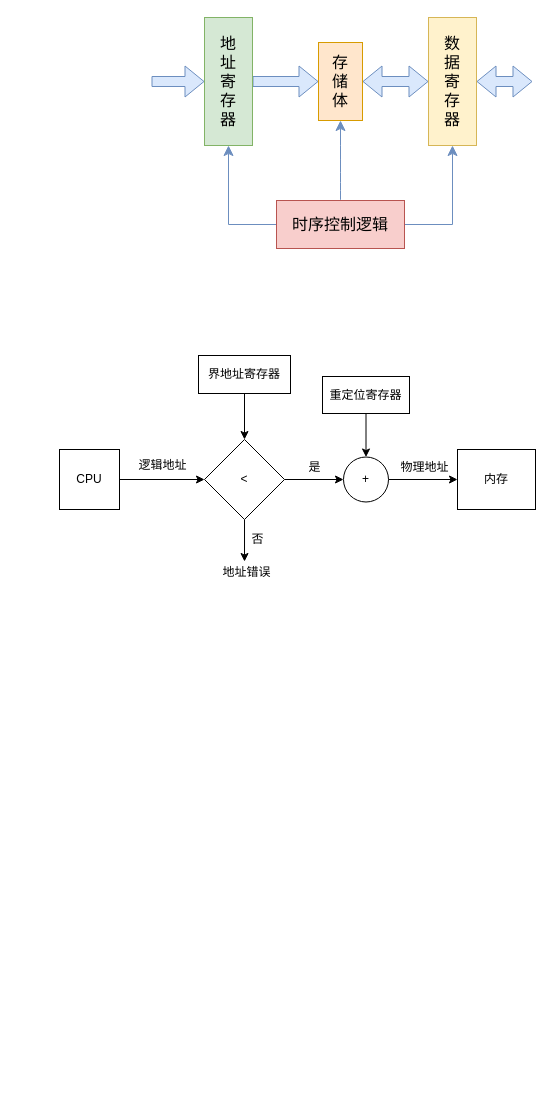
Before: Untitled Diagram.drawio in pengbin2367/draw.io, a draw.io diagram. Source tidied: cells renumbered, new cells numbered last; positions are measured from the earlier drawing's top-left corner, leaving out a move shared by most shapes. Both pictures are drawn from the tidied source at 100%, with x=0, y=0 at pixel (59, 17).
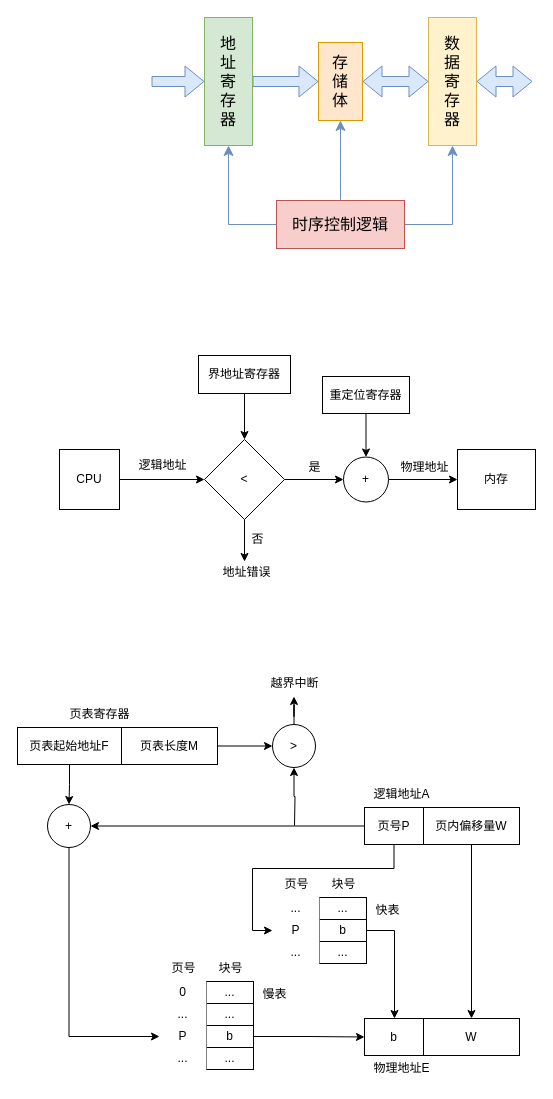
The same page after the edit.

What changed in the source:
```diff
@@
+    <mxCell id="30" style="edgeStyle=orthogonalEdgeStyle;rounded=0;jettySize=auto;html=1;entryX=1;entryY=0.5;entryDx=0;entryDy=0;" parent="1" edge="1" source="32" target="53">
+      <mxGeometry relative="1" as="geometry" />
+    </mxCell>
+    <mxCell id="31" style="edgeStyle=orthogonalEdgeStyle;rounded=0;jettySize=auto;html=1;entryX=0;entryY=0.5;entryDx=0;entryDy=0;startArrow=none;startFill=0;endArrow=classic;endFill=1;" parent="1" edge="1" source="32" target="69">
+      <mxGeometry relative="1" as="geometry">
+        <Array as="points">
+          <mxPoint x="335" y="851" />
+          <mxPoint x="193" y="851" />
+          <mxPoint x="193" y="913" />
+        </Array>
+      </mxGeometry>
+    </mxCell>
+    <mxCell id="32" value="页号P" style="rounded=0;whiteSpace=wrap;html=1;" parent="1" vertex="1">
+      <mxGeometry x="305" y="790" width="59" height="37" as="geometry" />
+    </mxCell>
+    <mxCell id="33" style="edgeStyle=orthogonalEdgeStyle;rounded=0;jettySize=auto;html=1;" parent="1" edge="1" source="34" target="37">
+      <mxGeometry relative="1" as="geometry" />
+    </mxCell>
+    <mxCell id="34" value="页内偏移量W" style="rounded=0;whiteSpace=wrap;html=1;" parent="1" vertex="1">
+      <mxGeometry x="364" y="790" width="96" height="37" as="geometry" />
+    </mxCell>
+    <mxCell id="35" value="逻辑地址A" style="text;html=1;align=center;verticalAlign=middle;strokeColor=none;fillColor=none;" parent="1" vertex="1">
+      <mxGeometry x="305" y="764" width="74" height="26" as="geometry" />
+    </mxCell>
+    <mxCell id="36" value="b" style="rounded=0;whiteSpace=wrap;html=1;" parent="1" vertex="1">
+      <mxGeometry x="305" y="1001" width="59" height="37" as="geometry" />
+    </mxCell>
+    <mxCell id="37" value="W" style="rounded=0;whiteSpace=wrap;html=1;" parent="1" vertex="1">
+      <mxGeometry x="364" y="1001" width="96" height="37" as="geometry" />
+    </mxCell>
+    <mxCell id="38" value="物理地址E" style="text;html=1;align=center;verticalAlign=middle;strokeColor=none;fillColor=none;" parent="1" vertex="1">
+      <mxGeometry x="305" y="1038" width="74" height="26" as="geometry" />
+    </mxCell>
+    <mxCell id="39" style="group;" parent="1" vertex="1">
+      <mxGeometry x="100" y="938" width="136" height="114" as="geometry" />
+    </mxCell>
+    <mxCell id="40" value="..." style="whiteSpace=wrap;html=1;" parent="39" vertex="1">
+      <mxGeometry x="47" y="26" width="47" height="22" as="geometry" />
+    </mxCell>
+    <mxCell id="41" value="..." style="whiteSpace=wrap;html=1;" parent="39" vertex="1">
+      <mxGeometry x="47" y="48" width="47" height="22" as="geometry" />
+    </mxCell>
+    <mxCell id="42" value="b&lt;br&gt;" style="whiteSpace=wrap;html=1;" parent="39" vertex="1">
+      <mxGeometry x="47" y="70" width="47" height="22" as="geometry" />
+    </mxCell>
+    <mxCell id="43" value="..." style="whiteSpace=wrap;html=1;" parent="39" vertex="1">
+      <mxGeometry x="47" y="92" width="47" height="22" as="geometry" />
+    </mxCell>
+    <mxCell id="44" value="0" style="whiteSpace=wrap;html=1;fillColor=default;strokeColor=none;" parent="39" vertex="1">
+      <mxGeometry y="26" width="47" height="22" as="geometry" />
+    </mxCell>
+    <mxCell id="45" value="..." style="whiteSpace=wrap;html=1;fillColor=default;strokeColor=none;" parent="39" vertex="1">
+      <mxGeometry y="48" width="47" height="22" as="geometry" />
+    </mxCell>
+    <mxCell id="46" value="P&lt;br&gt;" style="whiteSpace=wrap;html=1;fillColor=default;strokeColor=none;" parent="39" vertex="1">
+      <mxGeometry y="70" width="47" height="22" as="geometry" />
+    </mxCell>
+    <mxCell id="47" value="..." style="whiteSpace=wrap;html=1;fillColor=default;strokeColor=none;" parent="39" vertex="1">
+      <mxGeometry y="92" width="47" height="22" as="geometry" />
+    </mxCell>
+    <mxCell id="48" value="页号" style="text;html=1;align=center;verticalAlign=middle;strokeColor=none;fillColor=none;" parent="39" vertex="1">
+      <mxGeometry x="2.5" width="42" height="26" as="geometry" />
+    </mxCell>
+    <mxCell id="49" value="块号" style="text;html=1;align=center;verticalAlign=middle;strokeColor=none;fillColor=none;" parent="39" vertex="1">
+      <mxGeometry x="49.5" width="42" height="26" as="geometry" />
+    </mxCell>
+    <mxCell id="50" value="慢表" style="text;html=1;align=center;verticalAlign=middle;strokeColor=none;fillColor=none;" parent="39" vertex="1">
+      <mxGeometry x="94" y="26" width="42" height="26" as="geometry" />
+    </mxCell>
+    <mxCell id="51" style="edgeStyle=orthogonalEdgeStyle;rounded=0;jettySize=auto;html=1;entryX=0;entryY=0.5;entryDx=0;entryDy=0;" parent="1" edge="1" source="42" target="36">
+      <mxGeometry relative="1" as="geometry" />
+    </mxCell>
+    <mxCell id="52" style="edgeStyle=orthogonalEdgeStyle;rounded=0;jettySize=auto;html=1;entryX=0;entryY=0.5;entryDx=0;entryDy=0;" parent="1" edge="1" source="53" target="46">
+      <mxGeometry relative="1" as="geometry">
+        <Array as="points">
+          <mxPoint x="10" y="1019" />
+        </Array>
+      </mxGeometry>
+    </mxCell>
+    <mxCell id="53" value="+" style="ellipse;whiteSpace=wrap;html=1;fillColor=default;" parent="1" vertex="1">
+      <mxGeometry x="-12" y="787" width="43" height="43" as="geometry" />
+    </mxCell>
+    <mxCell id="54" style="edgeStyle=orthogonalEdgeStyle;rounded=0;jettySize=auto;html=1;" parent="1" edge="1" source="56" target="63">
+      <mxGeometry relative="1" as="geometry" />
+    </mxCell>
+    <mxCell id="55" style="edgeStyle=orthogonalEdgeStyle;rounded=0;jettySize=auto;html=1;startArrow=classic;startFill=1;endArrow=none;endFill=0;" parent="1" edge="1" source="56">
+      <mxGeometry relative="1" as="geometry">
+        <mxPoint x="235" y="808" as="targetPoint" />
+      </mxGeometry>
+    </mxCell>
+    <mxCell id="56" value="&amp;gt;" style="ellipse;whiteSpace=wrap;html=1;fillColor=default;" parent="1" vertex="1">
+      <mxGeometry x="213" y="707" width="43" height="43" as="geometry" />
+    </mxCell>
+    <mxCell id="57" style="group;" parent="1" vertex="1">
+      <mxGeometry x="-42" y="684" width="200" height="63" as="geometry" />
+    </mxCell>
+    <mxCell id="58" value="页表起始地址F" style="rounded=0;whiteSpace=wrap;html=1;" parent="57" vertex="1">
+      <mxGeometry y="26" width="104" height="37" as="geometry" />
+    </mxCell>
+    <mxCell id="59" value="页表长度M" style="rounded=0;whiteSpace=wrap;html=1;" parent="57" vertex="1">
+      <mxGeometry x="104" y="26" width="96" height="37" as="geometry" />
+    </mxCell>
+    <mxCell id="60" value="页表寄存器" style="text;html=1;align=center;verticalAlign=middle;strokeColor=none;fillColor=none;" parent="57" vertex="1">
+      <mxGeometry x="43" width="78" height="26" as="geometry" />
+    </mxCell>
+    <mxCell id="61" style="edgeStyle=orthogonalEdgeStyle;rounded=0;jettySize=auto;html=1;entryX=0.5;entryY=0;entryDx=0;entryDy=0;" parent="1" edge="1" source="58" target="53">
+      <mxGeometry relative="1" as="geometry" />
+    </mxCell>
+    <mxCell id="62" style="edgeStyle=orthogonalEdgeStyle;rounded=0;jettySize=auto;html=1;entryX=0;entryY=0.5;entryDx=0;entryDy=0;" parent="1" edge="1" source="59" target="56">
+      <mxGeometry relative="1" as="geometry" />
+    </mxCell>
+    <mxCell id="63" value="越界中断" style="text;html=1;align=center;verticalAlign=middle;points=[];strokeColor=none;fillColor=none;" parent="1" vertex="1">
+      <mxGeometry x="201.5" y="653" width="66" height="26" as="geometry" />
+    </mxCell>
+    <mxCell id="64" style="group;" parent="1" vertex="1">
+      <mxGeometry x="213" y="854" width="136" height="92" as="geometry" />
+    </mxCell>
+    <mxCell id="65" value="..." style="whiteSpace=wrap;html=1;" parent="64" vertex="1">
+      <mxGeometry x="47" y="26" width="47" height="22" as="geometry" />
+    </mxCell>
+    <mxCell id="66" value="b&lt;br&gt;" style="whiteSpace=wrap;html=1;" parent="64" vertex="1">
+      <mxGeometry x="47" y="48" width="47" height="22" as="geometry" />
+    </mxCell>
+    <mxCell id="67" value="..." style="whiteSpace=wrap;html=1;" parent="64" vertex="1">
+      <mxGeometry x="47" y="70" width="47" height="22" as="geometry" />
+    </mxCell>
+    <mxCell id="68" value="..." style="whiteSpace=wrap;html=1;fillColor=default;strokeColor=none;" parent="64" vertex="1">
+      <mxGeometry y="26" width="47" height="22" as="geometry" />
+    </mxCell>
+    <mxCell id="69" value="P&lt;br&gt;" style="whiteSpace=wrap;html=1;fillColor=default;strokeColor=none;" parent="64" vertex="1">
+      <mxGeometry y="48" width="47" height="22" as="geometry" />
+    </mxCell>
+    <mxCell id="70" value="..." style="whiteSpace=wrap;html=1;fillColor=default;strokeColor=none;" parent="64" vertex="1">
+      <mxGeometry y="70" width="47" height="22" as="geometry" />
+    </mxCell>
+    <mxCell id="71" value="页号" style="text;html=1;align=center;verticalAlign=middle;strokeColor=none;fillColor=none;" parent="64" vertex="1">
+      <mxGeometry x="2.5" width="42" height="26" as="geometry" />
+    </mxCell>
+    <mxCell id="72" value="块号" style="text;html=1;align=center;verticalAlign=middle;strokeColor=none;fillColor=none;" parent="64" vertex="1">
+      <mxGeometry x="49.5" width="42" height="26" as="geometry" />
+    </mxCell>
+    <mxCell id="73" value="快表" style="text;html=1;align=center;verticalAlign=middle;strokeColor=none;fillColor=none;" parent="64" vertex="1">
+      <mxGeometry x="94" y="26" width="42" height="26" as="geometry" />
+    </mxCell>
+    <mxCell id="74" style="edgeStyle=orthogonalEdgeStyle;rounded=0;jettySize=auto;html=1;startArrow=none;startFill=0;endArrow=classic;endFill=1;" parent="1" edge="1" source="66" target="36">
+      <mxGeometry relative="1" as="geometry">
+        <Array as="points">
+          <mxPoint x="335" y="913" />
+        </Array>
+      </mxGeometry>
+    </mxCell>
```
